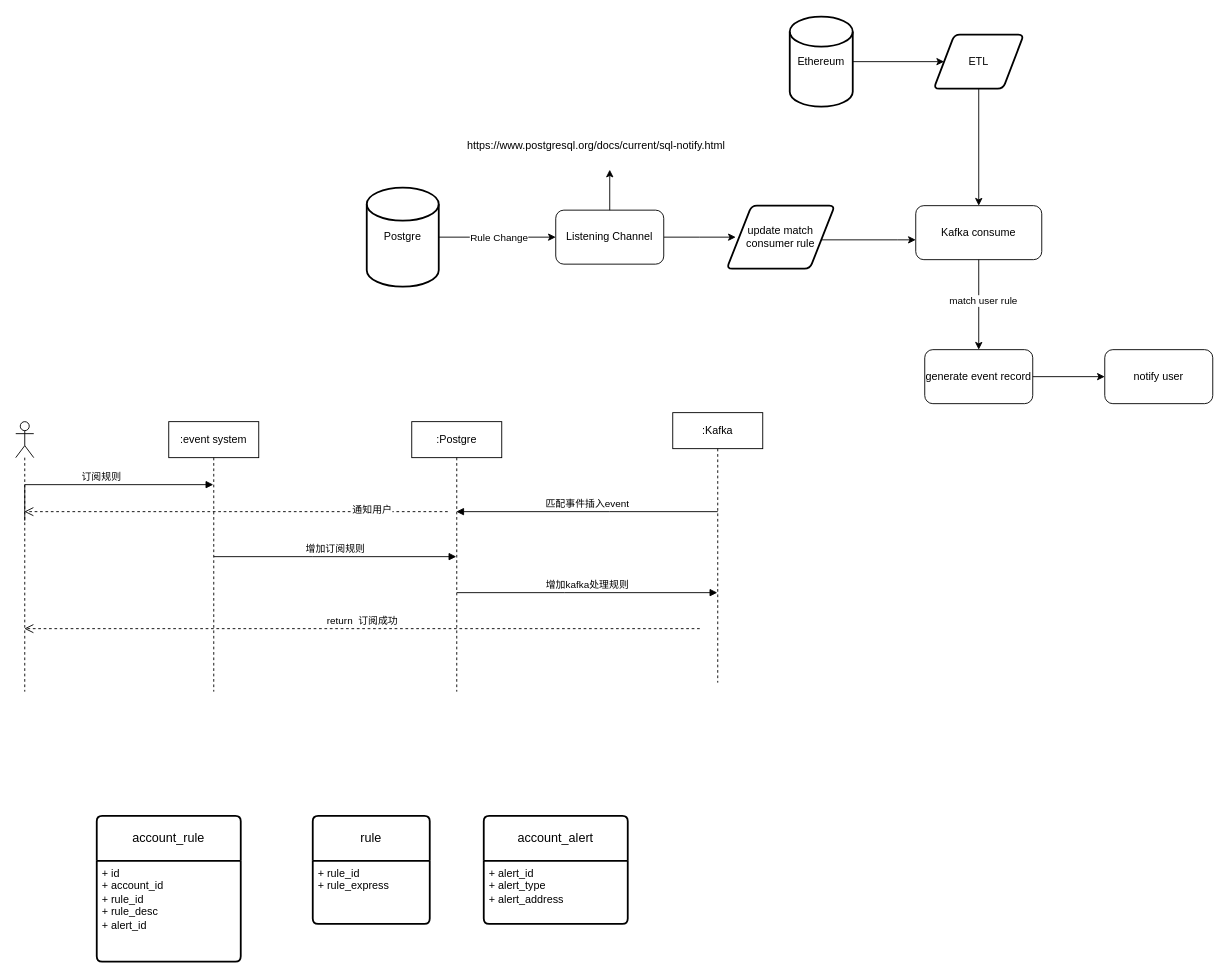
Above: event-listen.drawio in zachary-lzc/diagram (draw.io), before the change. Source tidied: cells renumbered, new cells numbered last; positions are measured from the earlier drawing's top-left corner, leaving out a move shared by most shapes. Both pictures are drawn from the tidied source at 90%, with x=0, y=0 at pixel (15, 16).
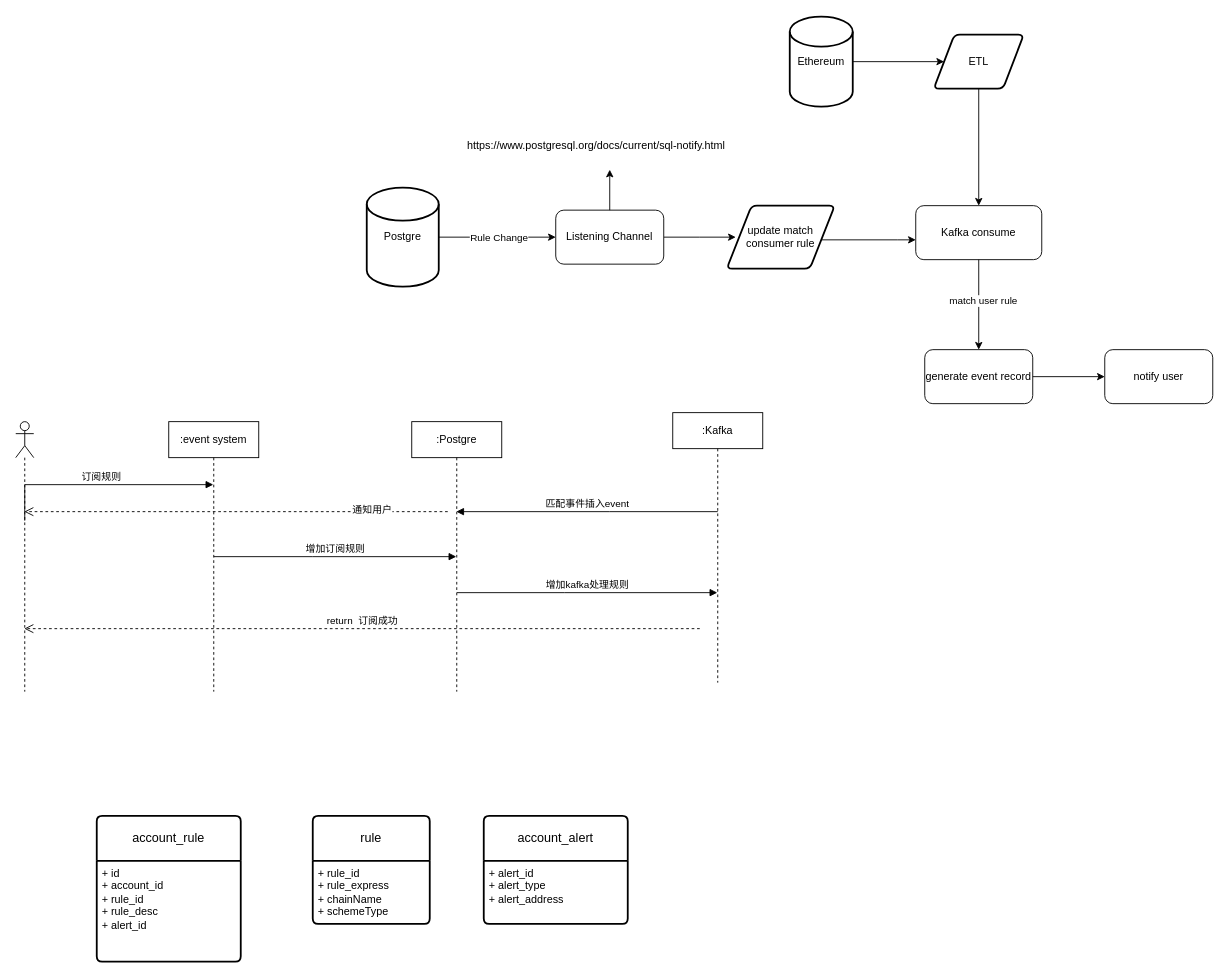
Above is the later version.

Unchanged cells that the change refers to:
```xml
<mxCell id="35" value="rule" style="swimlane;horizontal=1;startSize=50;rounded=1;fontSize=14;fontStyle=0;strokeWidth=2;shadow=0;dashed=0;align=center;arcSize=4;whiteSpace=wrap;html=1;" parent="1" vertex="1">
  <mxGeometry x="330" y="888" width="130" height="120" as="geometry" />
</mxCell>
```

Diff of the diagram source:
```diff
@@
-    <mxCell id="36" value="+ rule_id&lt;br&gt;+ rule_express" style="align=left;strokeColor=none;fillColor=none;spacingLeft=4;fontSize=12;verticalAlign=top;html=1;" parent="35" vertex="1">
+    <mxCell id="36" value="+ rule_id&lt;br&gt;+ rule_express&lt;br&gt;+&amp;nbsp;chainName&lt;br&gt;+&amp;nbsp;schemeType" style="align=left;strokeColor=none;fillColor=none;spacingLeft=4;fontSize=12;verticalAlign=top;html=1;" parent="35" vertex="1">
       <mxGeometry y="50" width="130" height="70" as="geometry" />
     </mxCell>
```
